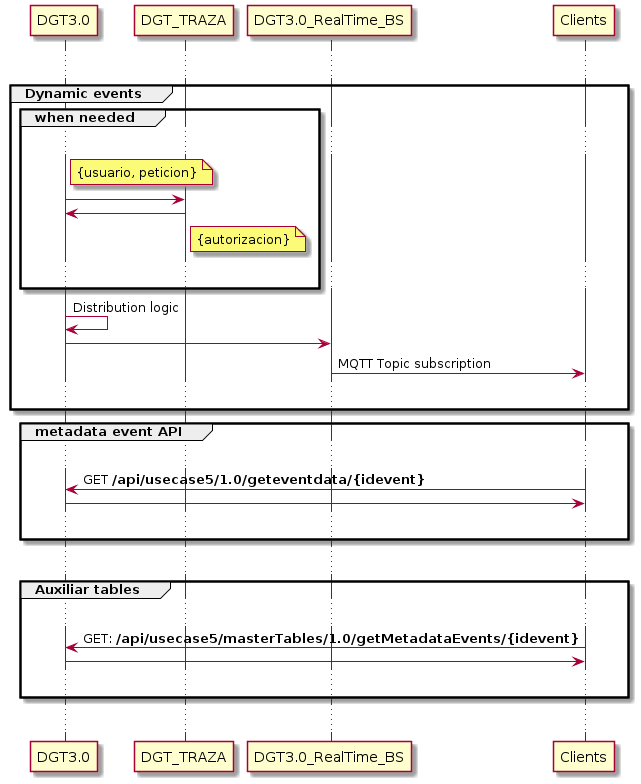
Before: img/flujo_caso5_out.png, a diagram exported from PlantUML (INSPIDE/DGT3.0Workshop_usecase_5).
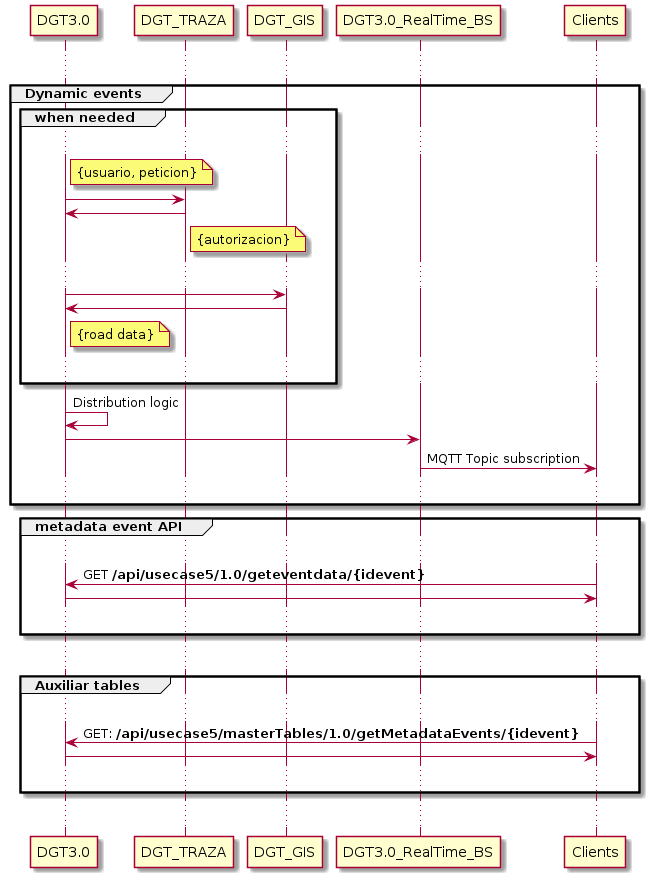
After the change.

Change to the diagram source:
```diff
@@ -10,6 +10,10 @@
 DGT3.0->DGT_TRAZA:
 DGT_TRAZA->DGT3.0
 note right of DGT_TRAZA: {autorizacion}
+...
+DGT3.0->DGT_GIS:
+DGT_GIS->DGT3.0
+note right of DGT3.0: {road data}
 ...
 end
 DGT3.0->DGT3.0: Distribution logic
```
